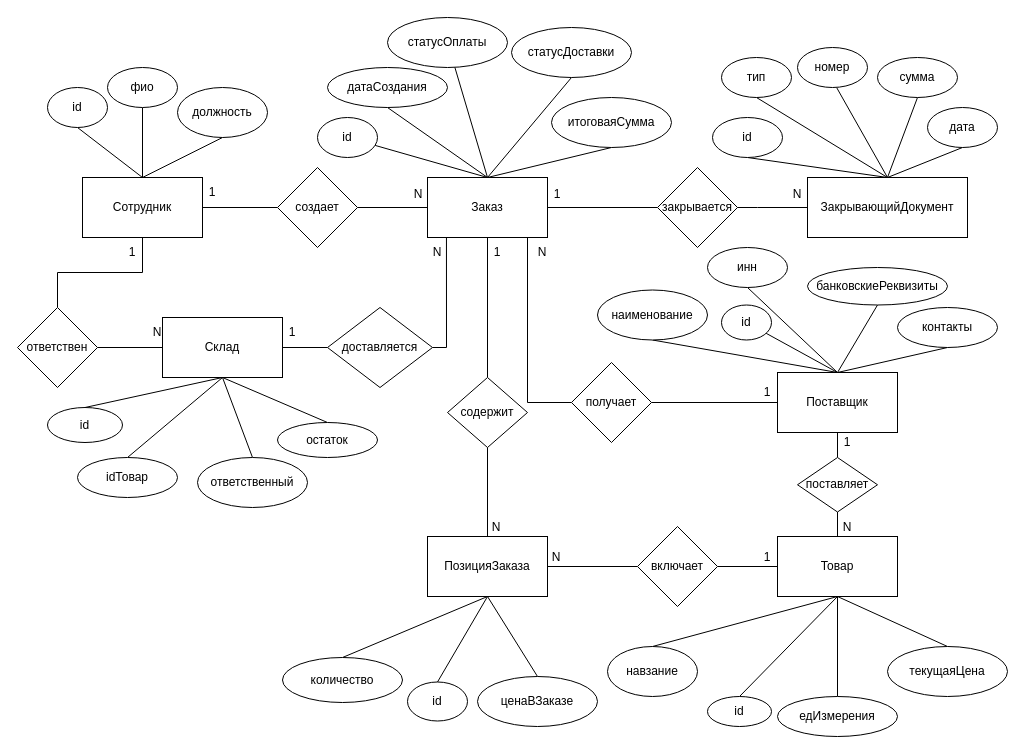
This is page "Концептуальная" (9 of 12) of последовательности.drawio from Dasha-Angel/work, a draw.io file, before an edit. Source tidied: cells renumbered, new cells numbered last; positions are measured from the earlier drawing's top-left corner, leaving out a move shared by most shapes. Both pictures are drawn from the tidied source at 100%, with x=0, y=0 at pixel (17, 17).
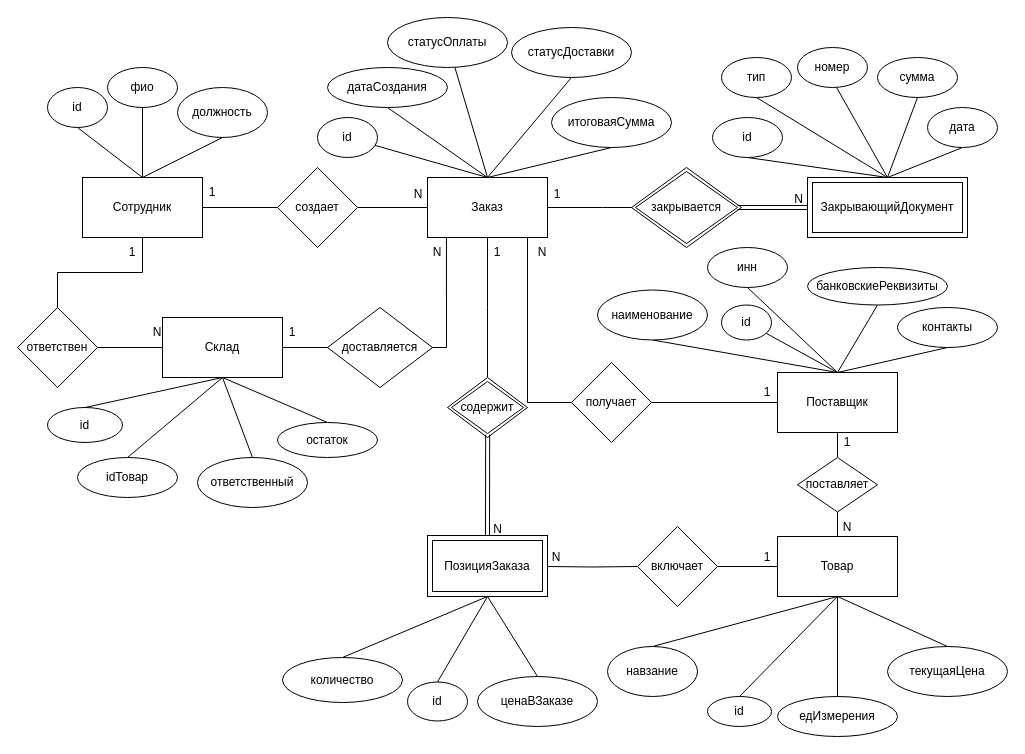
Above is the later version.

Unchanged cells that the change refers to:
```xml
<mxCell id="8" value="Заказ" style="rounded=0;whiteSpace=wrap;html=1;" parent="1" vertex="1">
  <mxGeometry x="410" y="160" width="120" height="60" as="geometry" />
</mxCell>
<mxCell id="23" value="id" style="ellipse;whiteSpace=wrap;html=1;" parent="1" vertex="1">
  <mxGeometry x="390" y="664.5" width="60" height="39" as="geometry" />
</mxCell>
<mxCell id="50" value="количество" style="ellipse;whiteSpace=wrap;html=1;" parent="1" vertex="1">
  <mxGeometry x="265" y="640" width="120" height="45" as="geometry" />
</mxCell>
<mxCell id="52" value="ценаВЗаказе" style="ellipse;whiteSpace=wrap;html=1;" parent="1" vertex="1">
  <mxGeometry x="460" y="659" width="120" height="50" as="geometry" />
</mxCell>
<mxCell id="68" value="включает" style="rhombus;whiteSpace=wrap;html=1;" parent="1" vertex="1">
  <mxGeometry x="620" y="509" width="80" height="80" as="geometry" />
</mxCell>
<mxCell id="84" value="id" style="ellipse;whiteSpace=wrap;html=1;" parent="1" vertex="1">
  <mxGeometry x="695" y="100" width="70" height="40" as="geometry" />
</mxCell>
<mxCell id="86" value="тип" style="ellipse;whiteSpace=wrap;html=1;" parent="1" vertex="1">
  <mxGeometry x="704" y="40" width="70" height="40" as="geometry" />
</mxCell>
<mxCell id="88" value="номер" style="ellipse;whiteSpace=wrap;html=1;" parent="1" vertex="1">
  <mxGeometry x="780" y="30" width="70" height="40" as="geometry" />
</mxCell>
<mxCell id="90" value="дата" style="ellipse;whiteSpace=wrap;html=1;" parent="1" vertex="1">
  <mxGeometry x="910" y="90" width="70" height="40" as="geometry" />
</mxCell>
<mxCell id="92" value="сумма" style="ellipse;whiteSpace=wrap;html=1;" parent="1" vertex="1">
  <mxGeometry x="860" y="40" width="80" height="40" as="geometry" />
</mxCell>
```

The edit, as a diff of the source:
```diff
@@
-    <mxCell id="5" style="edgeStyle=orthogonalEdgeStyle;rounded=0;jettySize=auto;html=1;entryX=0.5;entryY=0;entryDx=0;entryDy=0;endArrow=none;endFill=0;" parent="1" edge="1" source="8" target="65">
-      <mxGeometry relative="1" as="geometry" />
+    <mxCell id="5" style="edgeStyle=orthogonalEdgeStyle;rounded=0;jettySize=auto;html=1;entryX=0.5;entryY=0;entryDx=0;entryDy=0;endArrow=none;endFill=0;" parent="1" edge="1" source="8">
+      <mxGeometry relative="1" as="geometry">
+        <mxPoint x="470" y="360" as="targetPoint" />
+      </mxGeometry>
     </mxCell>
@@
-    <mxCell id="7" style="edgeStyle=orthogonalEdgeStyle;rounded=0;jettySize=auto;html=1;exitX=1;exitY=0.5;exitDx=0;exitDy=0;entryX=0;entryY=0.5;entryDx=0;entryDy=0;endArrow=none;endFill=0;" parent="1" edge="1" source="8" target="93">
-      <mxGeometry relative="1" as="geometry" />
+    <mxCell id="7" style="edgeStyle=orthogonalEdgeStyle;rounded=0;jettySize=auto;html=1;exitX=1;exitY=0.5;exitDx=0;exitDy=0;entryX=0;entryY=0.5;entryDx=0;entryDy=0;endArrow=none;endFill=0;" parent="1" edge="1" source="8">
+      <mxGeometry relative="1" as="geometry">
+        <mxPoint x="640" y="190" as="targetPoint" />
+      </mxGeometry>
     </mxCell>
@@
-    <mxCell id="9" style="edgeStyle=orthogonalEdgeStyle;rounded=0;jettySize=auto;html=1;entryX=0;entryY=0.5;entryDx=0;entryDy=0;endArrow=none;endFill=0;" parent="1" edge="1" source="10" target="68">
-      <mxGeometry relative="1" as="geometry" />
+    <mxCell id="9" style="edgeStyle=orthogonalEdgeStyle;rounded=0;jettySize=auto;html=1;entryX=0;entryY=0.5;entryDx=0;entryDy=0;endArrow=none;endFill=0;" parent="1" edge="1" target="68">
+      <mxGeometry relative="1" as="geometry">
+        <mxPoint x="530" y="549" as="sourcePoint" />
+      </mxGeometry>
     </mxCell>
-    <mxCell id="10" value="ПозицияЗаказа" style="rounded=0;whiteSpace=wrap;html=1;" parent="1" vertex="1">
-      <mxGeometry x="410" y="519" width="120" height="60" as="geometry" />
-    </mxCell>
@@
-    <mxCell id="22" style="rounded=0;jettySize=auto;html=1;exitX=0.5;exitY=0;exitDx=0;exitDy=0;entryX=0.5;entryY=1;entryDx=0;entryDy=0;endArrow=none;endFill=0;" parent="1" edge="1" source="23" target="10">
-      <mxGeometry relative="1" as="geometry" />
+    <mxCell id="22" style="rounded=0;jettySize=auto;html=1;exitX=0.5;exitY=0;exitDx=0;exitDy=0;entryX=0.5;entryY=1;entryDx=0;entryDy=0;endArrow=none;endFill=0;" parent="1" edge="1" source="23">
+      <mxGeometry relative="1" as="geometry">
+        <mxPoint x="470" y="579" as="targetPoint" />
+      </mxGeometry>
     </mxCell>
@@
-    <mxCell id="49" style="rounded=0;jettySize=auto;html=1;exitX=0.5;exitY=0;exitDx=0;exitDy=0;entryX=0.5;entryY=1;entryDx=0;entryDy=0;endArrow=none;endFill=0;" parent="1" edge="1" source="50" target="10">
-      <mxGeometry relative="1" as="geometry" />
+    <mxCell id="49" style="rounded=0;jettySize=auto;html=1;exitX=0.5;exitY=0;exitDx=0;exitDy=0;entryX=0.5;entryY=1;entryDx=0;entryDy=0;endArrow=none;endFill=0;" parent="1" edge="1" source="50">
+      <mxGeometry relative="1" as="geometry">
+        <mxPoint x="470" y="579" as="targetPoint" />
+      </mxGeometry>
     </mxCell>
@@
-    <mxCell id="51" style="rounded=0;jettySize=auto;html=1;exitX=0.5;exitY=0;exitDx=0;exitDy=0;entryX=0.5;entryY=1;entryDx=0;entryDy=0;endArrow=none;endFill=0;" parent="1" edge="1" source="52" target="10">
-      <mxGeometry relative="1" as="geometry" />
+    <mxCell id="51" style="rounded=0;jettySize=auto;html=1;exitX=0.5;exitY=0;exitDx=0;exitDy=0;entryX=0.5;entryY=1;entryDx=0;entryDy=0;endArrow=none;endFill=0;" parent="1" edge="1" source="52">
+      <mxGeometry relative="1" as="geometry">
+        <mxPoint x="470" y="579" as="targetPoint" />
+      </mxGeometry>
     </mxCell>
@@
-    <mxCell id="65" value="содержит" style="rhombus;whiteSpace=wrap;html=1;" parent="1" vertex="1">
-      <mxGeometry x="430" y="360" width="80" height="70" as="geometry" />
-    </mxCell>
-    <mxCell id="66" style="edgeStyle=orthogonalEdgeStyle;rounded=0;jettySize=auto;html=1;entryX=0.5;entryY=0;entryDx=0;entryDy=0;endArrow=none;endFill=0;" parent="1" edge="1" source="65" target="10">
-      <mxGeometry relative="1" as="geometry" />
-    </mxCell>
@@
-    <mxCell id="82" value="ЗакрывающийДокумент" style="rounded=0;whiteSpace=wrap;html=1;" parent="1" vertex="1">
-      <mxGeometry x="790" y="160" width="160" height="60" as="geometry" />
-    </mxCell>
-    <mxCell id="83" style="rounded=0;jettySize=auto;html=1;endArrow=none;endFill=0;entryX=0.5;entryY=0;entryDx=0;entryDy=0;exitX=0.5;exitY=1;exitDx=0;exitDy=0;" parent="1" edge="1" source="84" target="82">
-      <mxGeometry relative="1" as="geometry" />
+    <mxCell id="83" style="rounded=0;jettySize=auto;html=1;endArrow=none;endFill=0;entryX=0.5;entryY=0;entryDx=0;entryDy=0;exitX=0.5;exitY=1;exitDx=0;exitDy=0;" parent="1" edge="1" source="84">
+      <mxGeometry relative="1" as="geometry">
+        <mxPoint x="870" y="160" as="targetPoint" />
+      </mxGeometry>
     </mxCell>
@@
-    <mxCell id="85" style="rounded=0;jettySize=auto;html=1;endArrow=none;endFill=0;entryX=0.5;entryY=0;entryDx=0;entryDy=0;exitX=0.5;exitY=1;exitDx=0;exitDy=0;" parent="1" edge="1" source="86" target="82">
-      <mxGeometry relative="1" as="geometry" />
+    <mxCell id="85" style="rounded=0;jettySize=auto;html=1;endArrow=none;endFill=0;entryX=0.5;entryY=0;entryDx=0;entryDy=0;exitX=0.5;exitY=1;exitDx=0;exitDy=0;" parent="1" edge="1" source="86">
+      <mxGeometry relative="1" as="geometry">
+        <mxPoint x="870" y="160" as="targetPoint" />
+      </mxGeometry>
     </mxCell>
@@
-    <mxCell id="87" style="rounded=0;jettySize=auto;html=1;endArrow=none;endFill=0;exitX=0.56;exitY=1.004;exitDx=0;exitDy=0;entryX=0.5;entryY=0;entryDx=0;entryDy=0;exitPerimeter=0;" parent="1" edge="1" source="88" target="82">
-      <mxGeometry relative="1" as="geometry" />
+    <mxCell id="87" style="rounded=0;jettySize=auto;html=1;endArrow=none;endFill=0;exitX=0.56;exitY=1.004;exitDx=0;exitDy=0;entryX=0.5;entryY=0;entryDx=0;entryDy=0;exitPerimeter=0;" parent="1" edge="1" source="88">
+      <mxGeometry relative="1" as="geometry">
+        <mxPoint x="870" y="160" as="targetPoint" />
+      </mxGeometry>
     </mxCell>
@@
-    <mxCell id="89" style="rounded=0;jettySize=auto;html=1;entryX=0.5;entryY=0;entryDx=0;entryDy=0;endArrow=none;endFill=0;exitX=0.5;exitY=1;exitDx=0;exitDy=0;" parent="1" edge="1" source="90" target="82">
-      <mxGeometry relative="1" as="geometry" />
+    <mxCell id="89" style="rounded=0;jettySize=auto;html=1;entryX=0.5;entryY=0;entryDx=0;entryDy=0;endArrow=none;endFill=0;exitX=0.5;exitY=1;exitDx=0;exitDy=0;" parent="1" edge="1" source="90">
+      <mxGeometry relative="1" as="geometry">
+        <mxPoint x="870" y="160" as="targetPoint" />
+      </mxGeometry>
     </mxCell>
@@
-    <mxCell id="91" style="rounded=0;jettySize=auto;html=1;entryX=0.5;entryY=0;entryDx=0;entryDy=0;endArrow=none;endFill=0;exitX=0.5;exitY=1;exitDx=0;exitDy=0;" parent="1" edge="1" source="92" target="82">
-      <mxGeometry relative="1" as="geometry" />
+    <mxCell id="91" style="rounded=0;jettySize=auto;html=1;entryX=0.5;entryY=0;entryDx=0;entryDy=0;endArrow=none;endFill=0;exitX=0.5;exitY=1;exitDx=0;exitDy=0;" parent="1" edge="1" source="92">
+      <mxGeometry relative="1" as="geometry">
+        <mxPoint x="870" y="160" as="targetPoint" />
+      </mxGeometry>
     </mxCell>
@@
-    <mxCell id="93" value="закрывается" style="rhombus;whiteSpace=wrap;html=1;" parent="1" vertex="1">
-      <mxGeometry x="640" y="150" width="80" height="80" as="geometry" />
-    </mxCell>
-    <mxCell id="94" style="edgeStyle=orthogonalEdgeStyle;rounded=0;jettySize=auto;html=1;entryX=0;entryY=0.5;entryDx=0;entryDy=0;endArrow=none;endFill=0;exitX=1;exitY=0.5;exitDx=0;exitDy=0;" parent="1" edge="1" source="93" target="82">
-      <mxGeometry relative="1" as="geometry">
-        <Array as="points">
-          <mxPoint x="740" y="190" />
-          <mxPoint x="740" y="190" />
-        </Array>
-      </mxGeometry>
-    </mxCell>
@@
-    <mxCell id="97" value="N" style="text;html=1;whiteSpace=wrap;strokeColor=none;fillColor=none;align=center;verticalAlign=middle;rounded=0;" parent="1" vertex="1">
-      <mxGeometry x="464" y="495" width="30" height="30" as="geometry" />
-    </mxCell>
@@
-    <mxCell id="104" value="N" style="text;html=1;whiteSpace=wrap;strokeColor=none;fillColor=none;align=center;verticalAlign=middle;rounded=0;" parent="1" vertex="1">
-      <mxGeometry x="765" y="162" width="30" height="30" as="geometry" />
-    </mxCell>
@@
+    <mxCell id="10" value="ПозицияЗаказа" style="shape=ext;margin=3;double=1;whiteSpace=wrap;html=1;align=center;" parent="1" vertex="1">
+      <mxGeometry x="410" y="518" width="120" height="61" as="geometry" />
+    </mxCell>
+    <mxCell id="82" value="ЗакрывающийДокумент" style="shape=ext;margin=3;double=1;whiteSpace=wrap;html=1;align=center;" parent="1" vertex="1">
+      <mxGeometry x="790" y="160" width="160" height="60" as="geometry" />
+    </mxCell>
+    <mxCell id="65" value="содержит" style="shape=rhombus;double=1;perimeter=rhombusPerimeter;whiteSpace=wrap;html=1;align=center;" parent="1" vertex="1">
+      <mxGeometry x="430" y="360" width="80" height="60" as="geometry" />
+    </mxCell>
+    <mxCell id="93" value="закрывается" style="shape=rhombus;double=1;perimeter=rhombusPerimeter;whiteSpace=wrap;html=1;align=center;" parent="1" vertex="1">
+      <mxGeometry x="614" y="150" width="110" height="80" as="geometry" />
+    </mxCell>
+    <mxCell id="107" style="shape=link;html=1;rounded=0;entryX=0;entryY=0.5;entryDx=0;entryDy=0;" parent="1" edge="1" target="82">
+      <mxGeometry relative="1" as="geometry">
+        <mxPoint x="720" y="190" as="sourcePoint" />
+      </mxGeometry>
+    </mxCell>
+    <mxCell id="108" value="N" style="html=1;whiteSpace=wrap;align=right;verticalAlign=bottom;" parent="107" vertex="1">
+      <mxGeometry x="1" relative="1" as="geometry">
+        <mxPoint x="-3" as="offset" />
+      </mxGeometry>
+    </mxCell>
+    <mxCell id="66" style="shape=link;html=1;rounded=0;entryX=0.5;entryY=0;entryDx=0;entryDy=0;exitX=0.502;exitY=0.951;exitDx=0;exitDy=0;exitPerimeter=0;" parent="1" edge="1" source="65" target="10">
+      <mxGeometry relative="1" as="geometry" />
+    </mxCell>
+    <mxCell id="109" value="N" style="html=1;whiteSpace=wrap;align=right;verticalAlign=bottom;" parent="66" vertex="1">
+      <mxGeometry x="1" relative="1" as="geometry">
+        <mxPoint x="16" y="2" as="offset" />
+      </mxGeometry>
+    </mxCell>
```
